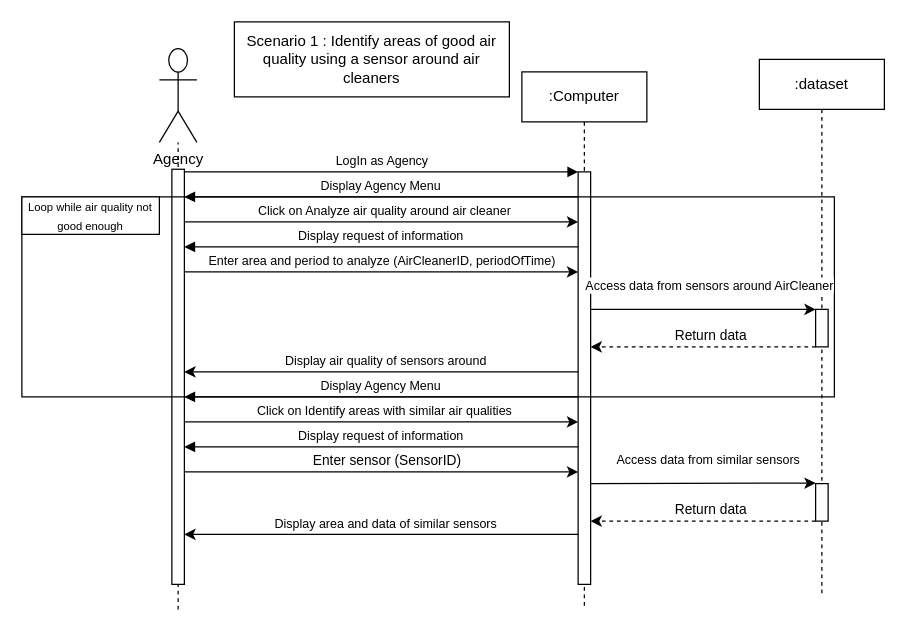
The draw.io diagram Diagramme sans nom.drawio in Florian-LeVasseur/UML, before the edit. Source tidied: cells renumbered, new cells numbered last; positions are measured from the earlier drawing's top-left corner, leaving out a move shared by most shapes. Both pictures are drawn from the tidied source at 125%, with x=0, y=0 at pixel (21, 21).
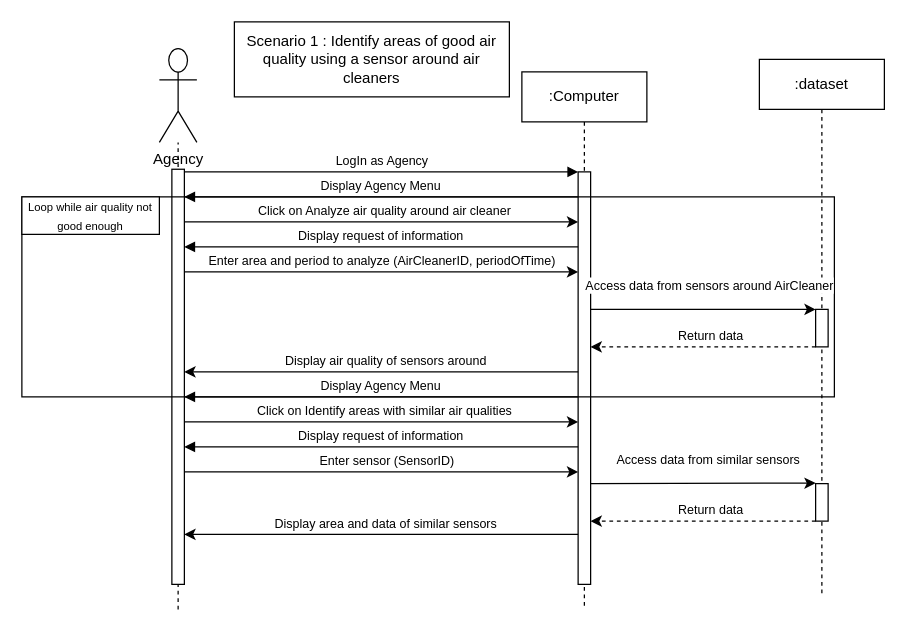
Above is the later version.

Commit message (it also covers changes not shown here):
Mettre à jour Diagramme sans nom.drawio

Unchanged cells that the change refers to:
```xml
<mxCell id="18" style="edgeStyle=elbowEdgeStyle;rounded=0;orthogonalLoop=1;jettySize=auto;html=1;elbow=vertical;curved=0;" parent="1" edge="1">
  <mxGeometry relative="1" as="geometry">
    <mxPoint x="130" y="360" as="sourcePoint" />
    <mxPoint x="445" y="360" as="targetPoint" />
    <Array as="points">
      <mxPoint x="340" y="360" />
      <mxPoint x="320" y="330" />
    </Array>
  </mxGeometry>
</mxCell>
<mxCell id="25" style="edgeStyle=elbowEdgeStyle;rounded=0;jettySize=auto;html=1;elbow=vertical;curved=0;dashed=1;" parent="20" edge="1" source="22">
  <mxGeometry relative="1" as="geometry">
    <mxPoint x="-135" y="369.4" as="targetPoint" />
    <Array as="points">
      <mxPoint x="-80" y="369.4" />
    </Array>
  </mxGeometry>
</mxCell>
<mxCell id="29" style="edgeStyle=elbowEdgeStyle;rounded=0;orthogonalLoop=1;jettySize=auto;html=1;elbow=vertical;curved=0;dashed=1;" parent="1" edge="1">
  <mxGeometry relative="1" as="geometry">
    <mxPoint x="635" y="260" as="sourcePoint" />
    <mxPoint x="455" y="260" as="targetPoint" />
  </mxGeometry>
</mxCell>
```

Change to the diagram source:
```diff
@@
-    <mxCell id="19" value="Enter sensor (SensorID)" style="edgeLabel;html=1;align=center;verticalAlign=middle;" parent="18" vertex="1">
+    <mxCell id="19" value="&lt;font style=&quot;font-size: 10px;&quot;&gt;Enter sensor (SensorID)&lt;/font&gt;" style="edgeLabel;html=1;align=center;verticalAlign=middle;" parent="18" vertex="1">
       <mxGeometry x="0.02" y="1" relative="1" as="geometry">
         <mxPoint y="-9" as="offset" />
       </mxGeometry>
     </mxCell>
@@
-    <mxCell id="26" value="Return data" style="edgeLabel;html=1;align=center;verticalAlign=middle;" parent="25" vertex="1">
+    <mxCell id="26" value="&lt;font style=&quot;font-size: 10px;&quot;&gt;Return data&lt;/font&gt;" style="edgeLabel;html=1;align=center;verticalAlign=middle;" parent="25" vertex="1">
       <mxGeometry x="-0.18" y="2" relative="1" as="geometry">
         <mxPoint x="-11" y="-12" as="offset" />
       </mxGeometry>
     </mxCell>
@@
-    <mxCell id="30" value="Return data" style="edgeLabel;html=1;align=center;verticalAlign=middle;" parent="29" vertex="1">
+    <mxCell id="30" value="&lt;font style=&quot;font-size: 10px;&quot;&gt;Return data&lt;/font&gt;" style="edgeLabel;html=1;align=center;verticalAlign=middle;" parent="29" vertex="1">
       <mxGeometry x="-0.18" y="2" relative="1" as="geometry">
         <mxPoint x="-11" y="-12" as="offset" />
       </mxGeometry>
     </mxCell>
```
